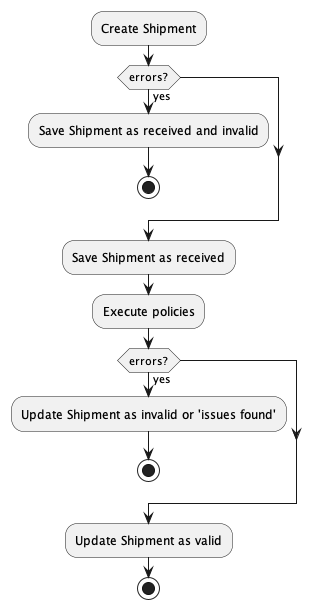
Earlier version of the PlantUML export docs/images/ActivityDiagramValidateShipment.png (AboutCodingBE/validation-excercise). Its diagram source:
```plantuml
@startuml

:Create Shipment;

if (errors?) then (yes)
  :Save Shipment as received and invalid;
  stop
endif

:Save Shipment as received;

:Execute policies;
if (errors?) then (yes)
  :Update Shipment as invalid or 'issues found';
  stop
endif

:Update Shipment as valid;

stop
@enduml
```
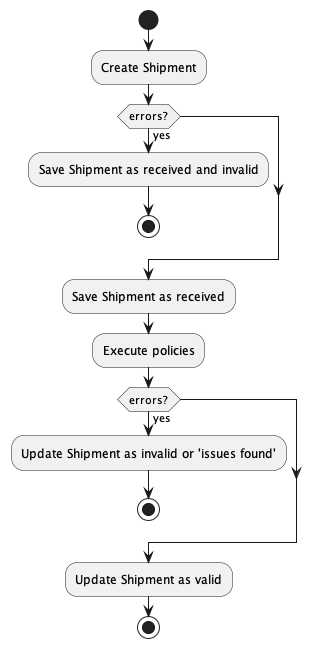
After the commit.

Commit message:
Updated documentation with improvements Activity diagrams plus new activity diagram ScheduleTask

Change to the diagram source:
```diff
@@ -1,4 +1,6 @@
 @startuml
+
+start
 
 :Create Shipment;
 
```
